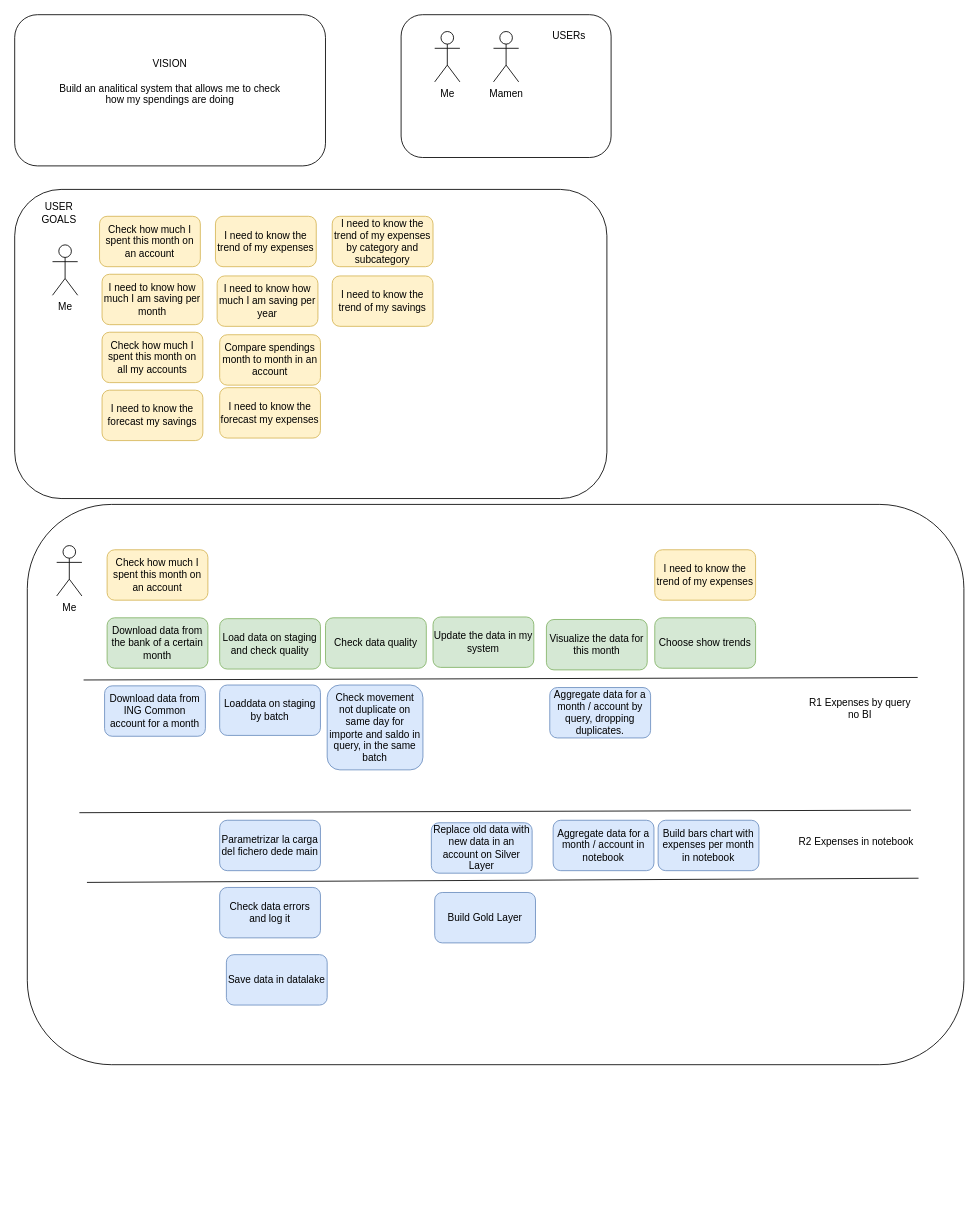
cperezh/DataEng_Patterns keeps this draw.io diagram as page "User Story Mapping" (1 of 6) of diagrams.dio. Above is the earlier version. Source tidied: cells renumbered, new cells numbered last; positions are measured from the earlier drawing's top-left corner, leaving out a move shared by most shapes. Both pictures are drawn from the tidied source at 84%, with x=0, y=0 at pixel (14, 14).
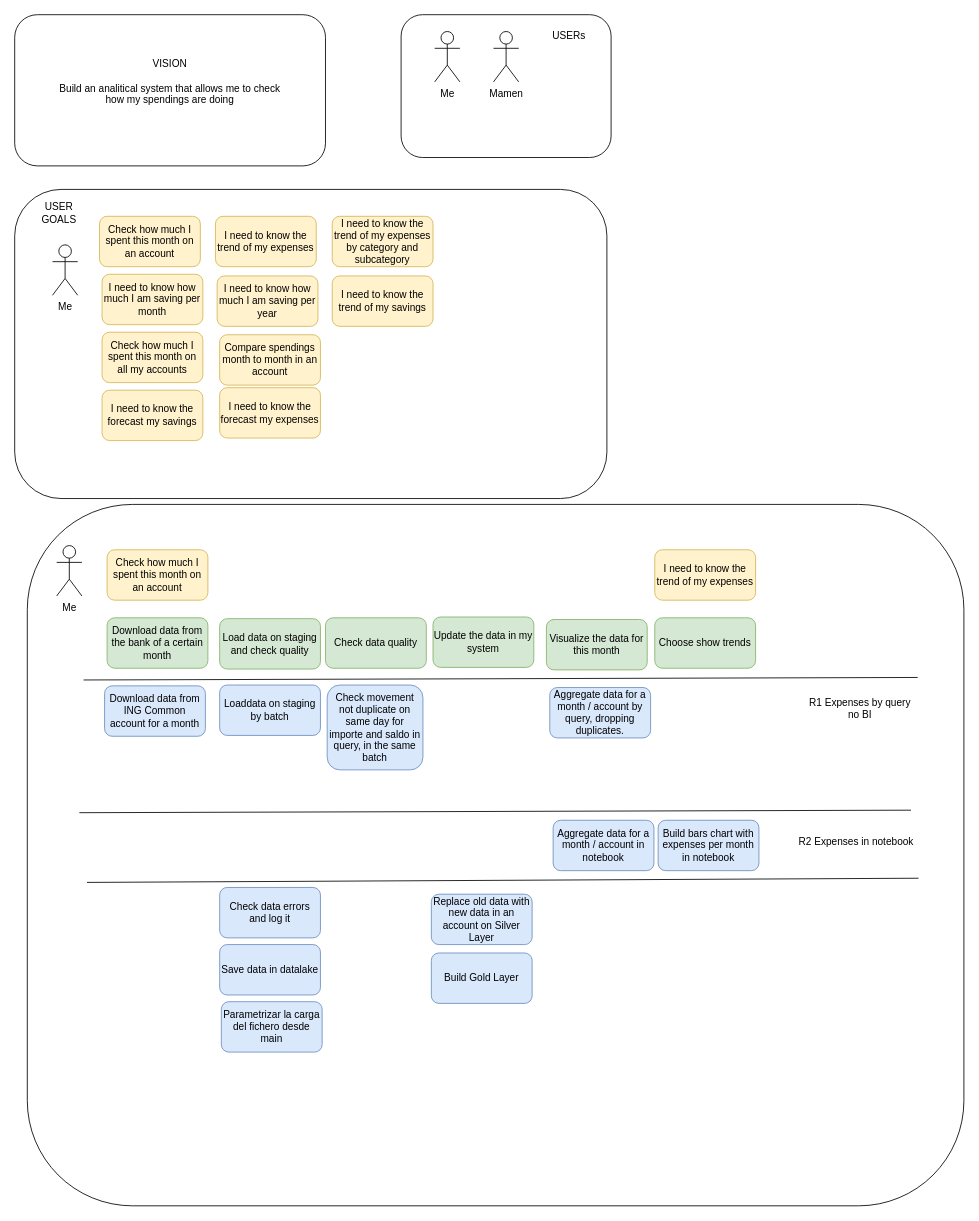
Above is the later version.

Diff of the diagram source:
```diff
@@
     <mxCell id="2" style="rounded=1;whiteSpace=wrap;html=1;" parent="1" vertex="1">
-      <mxGeometry x="15" y="583" width="1115" height="667" as="geometry" />
+      <mxGeometry x="15" y="583" width="1115" height="835" as="geometry" />
     </mxCell>
@@
     <mxCell id="29" value="Replace old data with new data in an account on Silver Layer" style="rounded=1;whiteSpace=wrap;html=1;strokeColor=#6c8ebf;align=center;verticalAlign=middle;fontFamily=Helvetica;fontSize=12;fillColor=#dae8fc;" parent="1" vertex="1">
-      <mxGeometry x="496" y="962" width="120" height="60" as="geometry" />
+      <mxGeometry x="496" y="1047" width="120" height="60" as="geometry" />
     </mxCell>
@@
     <mxCell id="37" value="Save data in datalake" style="rounded=1;whiteSpace=wrap;html=1;strokeColor=#6c8ebf;align=center;verticalAlign=middle;fontFamily=Helvetica;fontSize=12;fillColor=#dae8fc;" parent="1" vertex="1">
-      <mxGeometry x="252" y="1119" width="120" height="60" as="geometry" />
+      <mxGeometry x="244" y="1107" width="120" height="60" as="geometry" />
     </mxCell>
     <mxCell id="38" value="Build Gold Layer" style="rounded=1;whiteSpace=wrap;html=1;strokeColor=#6c8ebf;align=center;verticalAlign=middle;fontFamily=Helvetica;fontSize=12;fillColor=#dae8fc;" parent="1" vertex="1">
-      <mxGeometry x="500" y="1045" width="120" height="60" as="geometry" />
+      <mxGeometry x="496" y="1117" width="120" height="60" as="geometry" />
     </mxCell>
@@
-    <mxCell id="46" value="Parametrizar la carga del fichero dede main" style="rounded=1;whiteSpace=wrap;html=1;strokeColor=#6c8ebf;align=center;verticalAlign=middle;fontFamily=Helvetica;fontSize=12;fillColor=#dae8fc;" parent="1" vertex="1">
-      <mxGeometry x="244" y="959" width="120" height="60" as="geometry" />
+    <mxCell id="46" value="Parametrizar la carga del fichero desde main" style="rounded=1;whiteSpace=wrap;html=1;strokeColor=#6c8ebf;align=center;verticalAlign=middle;fontFamily=Helvetica;fontSize=12;fillColor=#dae8fc;" parent="1" vertex="1">
+      <mxGeometry x="246" y="1175" width="120" height="60" as="geometry" />
     </mxCell>
```
